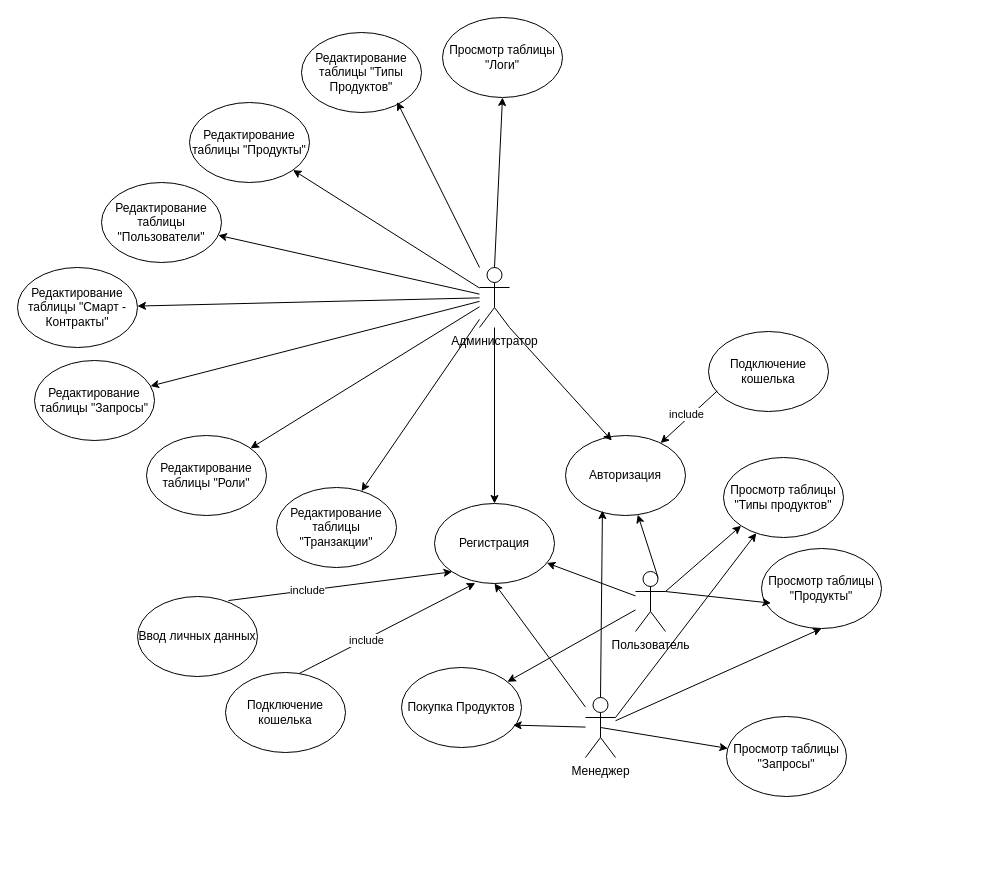
Before: precedents_scheme.drawio in slsforme/ton_market_django, a draw.io diagram. Source tidied: cells renumbered, new cells numbered last; positions are measured from the earlier drawing's top-left corner, leaving out a move shared by most shapes. Both pictures are drawn from the tidied source at 100%, with x=0, y=0 at pixel (17, 17).
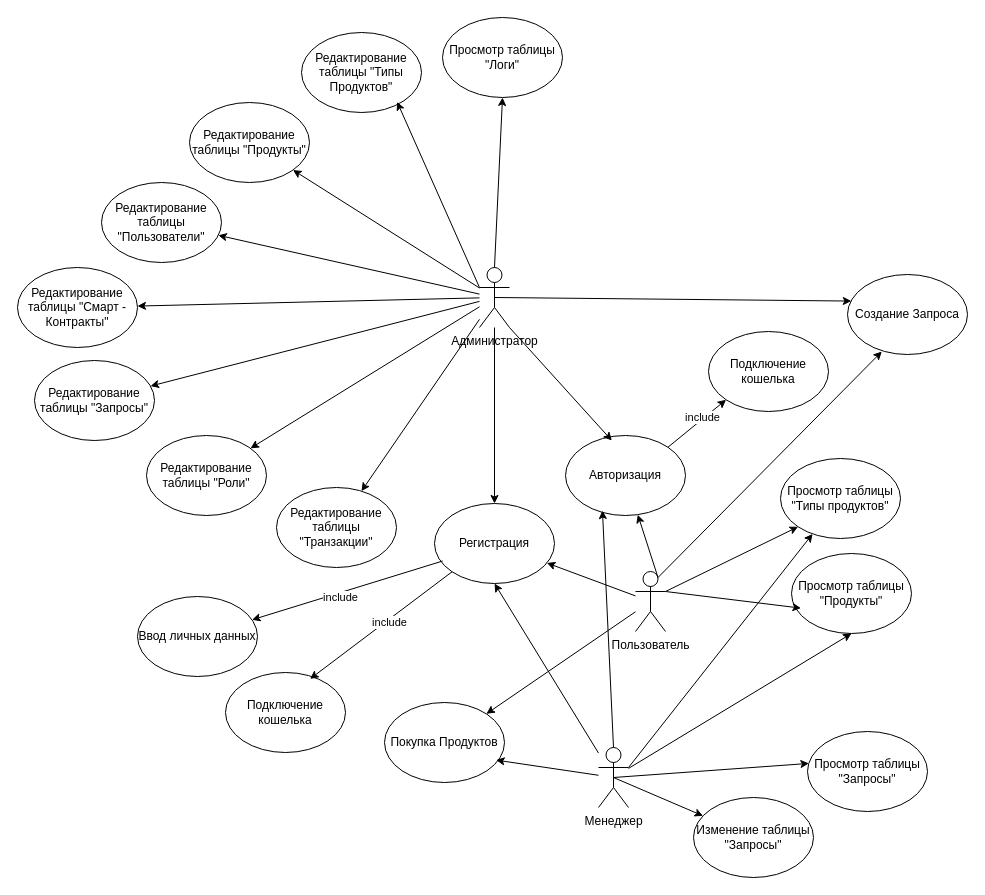
The same page after the edit.

Unchanged cells that the change refers to:
```xml
<mxCell id="3" value="Редактирование таблицы &quot;Типы Продуктов&quot;" style="ellipse;whiteSpace=wrap;html=1;" parent="1" vertex="1">
  <mxGeometry x="284" y="15" width="120" height="80" as="geometry" />
</mxCell>
<mxCell id="9" value="Администратор" style="shape=umlActor;verticalLabelPosition=bottom;verticalAlign=top;html=1;outlineConnect=0;" parent="1" vertex="1">
  <mxGeometry x="462" y="250" width="30" height="60" as="geometry" />
</mxCell>
<mxCell id="17" value="Регистрация" style="ellipse;whiteSpace=wrap;html=1;" parent="1" vertex="1">
  <mxGeometry x="417" y="486" width="120" height="80" as="geometry" />
</mxCell>
<mxCell id="18" value="Авторизация" style="ellipse;whiteSpace=wrap;html=1;" parent="1" vertex="1">
  <mxGeometry x="548" y="418" width="120" height="80" as="geometry" />
</mxCell>
<mxCell id="21" value="Пользователь" style="shape=umlActor;verticalLabelPosition=bottom;verticalAlign=top;html=1;outlineConnect=0;" parent="1" vertex="1">
  <mxGeometry x="618" y="554" width="30" height="60" as="geometry" />
</mxCell>
<mxCell id="40" value="Ввод личных данных" style="ellipse;whiteSpace=wrap;html=1;" parent="1" vertex="1">
  <mxGeometry x="120" y="579" width="120" height="80" as="geometry" />
</mxCell>
<mxCell id="43" value="Подключение кошелька" style="ellipse;whiteSpace=wrap;html=1;" parent="1" vertex="1">
  <mxGeometry x="208" y="655" width="120" height="80" as="geometry" />
</mxCell>
<mxCell id="46" value="Подключение кошелька" style="ellipse;whiteSpace=wrap;html=1;" parent="1" vertex="1">
  <mxGeometry x="691" y="314" width="120" height="80" as="geometry" />
</mxCell>
```

Diff of the diagram source:
```diff
@@
-    <mxCell id="10" style="endArrow=classic;html=1;rounded=0;entryX=0.797;entryY=0.868;entryDx=0;entryDy=0;entryPerimeter=0;" parent="1" edge="1" source="9" target="3">
+    <mxCell id="10" style="endArrow=classic;html=1;rounded=0;entryX=0.797;entryY=0.868;entryDx=0;entryDy=0;entryPerimeter=0;exitX=0;exitY=0.3333333333333333;exitDx=0;exitDy=0;exitPerimeter=0;" parent="1" edge="1" source="9" target="3">
       <mxGeometry relative="1" as="geometry" />
     </mxCell>
@@
     <mxCell id="24" value="Просмотр таблицы &quot;Продукты&quot;" style="ellipse;whiteSpace=wrap;html=1;" parent="1" vertex="1">
-      <mxGeometry x="744" y="531" width="120" height="80" as="geometry" />
+      <mxGeometry x="774" y="536" width="120" height="80" as="geometry" />
     </mxCell>
     <mxCell id="25" value="Просмотр таблицы &quot;Типы продуктов&quot;" style="ellipse;whiteSpace=wrap;html=1;" parent="1" vertex="1">
-      <mxGeometry x="706" y="440" width="120" height="80" as="geometry" />
+      <mxGeometry x="763" y="441" width="120" height="80" as="geometry" />
     </mxCell>
@@
     <mxCell id="28" value="Менеджер" style="shape=umlActor;verticalLabelPosition=bottom;verticalAlign=top;html=1;outlineConnect=0;" parent="1" vertex="1">
-      <mxGeometry x="568" y="680" width="30" height="60" as="geometry" />
+      <mxGeometry x="581" y="730" width="30" height="60" as="geometry" />
     </mxCell>
@@
     <mxCell id="33" value="Покупка Продуктов" style="ellipse;whiteSpace=wrap;html=1;" parent="1" vertex="1">
-      <mxGeometry x="384" y="650" width="120" height="80" as="geometry" />
+      <mxGeometry x="367" y="685" width="120" height="80" as="geometry" />
     </mxCell>
@@
     <mxCell id="38" value="Просмотр таблицы &quot;Запросы&quot;" style="ellipse;whiteSpace=wrap;html=1;" parent="1" vertex="1">
-      <mxGeometry x="709" y="699" width="120" height="80" as="geometry" />
+      <mxGeometry x="790" y="714" width="120" height="80" as="geometry" />
     </mxCell>
@@
-    <mxCell id="41" style="endArrow=classic;html=1;rounded=0;exitX=0.757;exitY=0.051;exitDx=0;exitDy=0;exitPerimeter=0;entryX=0;entryY=1;entryDx=0;entryDy=0;" parent="1" edge="1" source="40" target="17">
-      <mxGeometry relative="1" as="geometry" />
-    </mxCell>
-    <mxCell id="42" value="include" style="edgeLabel;html=1;align=center;verticalAlign=middle;" parent="41" vertex="1">
-      <mxGeometry x="-0.29" relative="1" as="geometry">
-        <mxPoint x="-1" as="offset" />
-      </mxGeometry>
-    </mxCell>
@@
-    <mxCell id="44" style="endArrow=classic;html=1;rounded=0;exitX=0.616;exitY=0.011;exitDx=0;exitDy=0;exitPerimeter=0;entryX=0.34;entryY=0.995;entryDx=0;entryDy=0;entryPerimeter=0;" parent="1" edge="1" source="43" target="17">
-      <mxGeometry relative="1" as="geometry" />
-    </mxCell>
-    <mxCell id="45" value="include" style="edgeLabel;html=1;align=center;verticalAlign=middle;" parent="44" vertex="1">
-      <mxGeometry x="-0.25" y="-1" relative="1" as="geometry" />
-    </mxCell>
@@
-    <mxCell id="47" style="endArrow=classic;html=1;rounded=0;exitX=0.073;exitY=0.743;exitDx=0;exitDy=0;exitPerimeter=0;" parent="1" edge="1" source="46" target="18">
-      <mxGeometry relative="1" as="geometry" />
-    </mxCell>
-    <mxCell id="48" value="include" style="edgeLabel;html=1;align=center;verticalAlign=middle;" parent="47" vertex="1">
-      <mxGeometry x="0.02" y="-4" relative="1" as="geometry" />
-    </mxCell>
+    <mxCell id="49" style="endArrow=classic;html=1;rounded=0;exitX=0.068;exitY=0.719;exitDx=0;exitDy=0;exitPerimeter=0;" parent="1" edge="1" source="17" target="40">
+      <mxGeometry relative="1" as="geometry" />
+    </mxCell>
+    <mxCell id="50" value="include" style="edgeLabel;html=1;align=center;verticalAlign=middle;" parent="49" vertex="1">
+      <mxGeometry x="0.09" y="4" relative="1" as="geometry" />
+    </mxCell>
+    <mxCell id="51" style="endArrow=classic;html=1;rounded=0;exitX=0;exitY=1;exitDx=0;exitDy=0;entryX=0.705;entryY=0.08;entryDx=0;entryDy=0;entryPerimeter=0;" parent="1" edge="1" source="17" target="43">
+      <mxGeometry relative="1" as="geometry" />
+    </mxCell>
+    <mxCell id="52" value="include" style="edgeLabel;html=1;align=center;verticalAlign=middle;" parent="51" vertex="1">
+      <mxGeometry x="-0.09" y="2" relative="1" as="geometry" />
+    </mxCell>
+    <mxCell id="53" style="endArrow=classic;html=1;rounded=0;exitX=1;exitY=0;exitDx=0;exitDy=0;entryX=0;entryY=1;entryDx=0;entryDy=0;" parent="1" edge="1" source="18" target="46">
+      <mxGeometry relative="1" as="geometry" />
+    </mxCell>
+    <mxCell id="54" value="include" style="edgeLabel;html=1;align=center;verticalAlign=middle;" parent="53" vertex="1">
+      <mxGeometry x="0.19" y="1" relative="1" as="geometry">
+        <mxPoint y="-1" as="offset" />
+      </mxGeometry>
+    </mxCell>
+    <mxCell id="55" value="Создание Запроса" style="ellipse;whiteSpace=wrap;html=1;" parent="1" vertex="1">
+      <mxGeometry x="830" y="257" width="120" height="80" as="geometry" />
+    </mxCell>
+    <mxCell id="56" style="endArrow=classic;html=1;rounded=0;exitX=0.75;exitY=0.1;exitDx=0;exitDy=0;exitPerimeter=0;entryX=0.286;entryY=0.963;entryDx=0;entryDy=0;entryPerimeter=0;" parent="1" edge="1" source="21" target="55">
+      <mxGeometry relative="1" as="geometry" />
+    </mxCell>
+    <mxCell id="57" style="endArrow=classic;html=1;rounded=0;exitX=0.5;exitY=0.5;exitDx=0;exitDy=0;exitPerimeter=0;entryX=0.032;entryY=0.332;entryDx=0;entryDy=0;entryPerimeter=0;" parent="1" edge="1" source="9" target="55">
+      <mxGeometry relative="1" as="geometry" />
+    </mxCell>
+    <mxCell id="58" value="Изменение таблицы &quot;Запросы&quot;" style="ellipse;whiteSpace=wrap;html=1;" parent="1" vertex="1">
+      <mxGeometry x="676" y="780" width="120" height="80" as="geometry" />
+    </mxCell>
+    <mxCell id="59" style="endArrow=classic;html=1;rounded=0;exitX=0.5;exitY=0.5;exitDx=0;exitDy=0;exitPerimeter=0;" parent="1" edge="1" source="28" target="58">
+      <mxGeometry relative="1" as="geometry" />
+    </mxCell>
```
